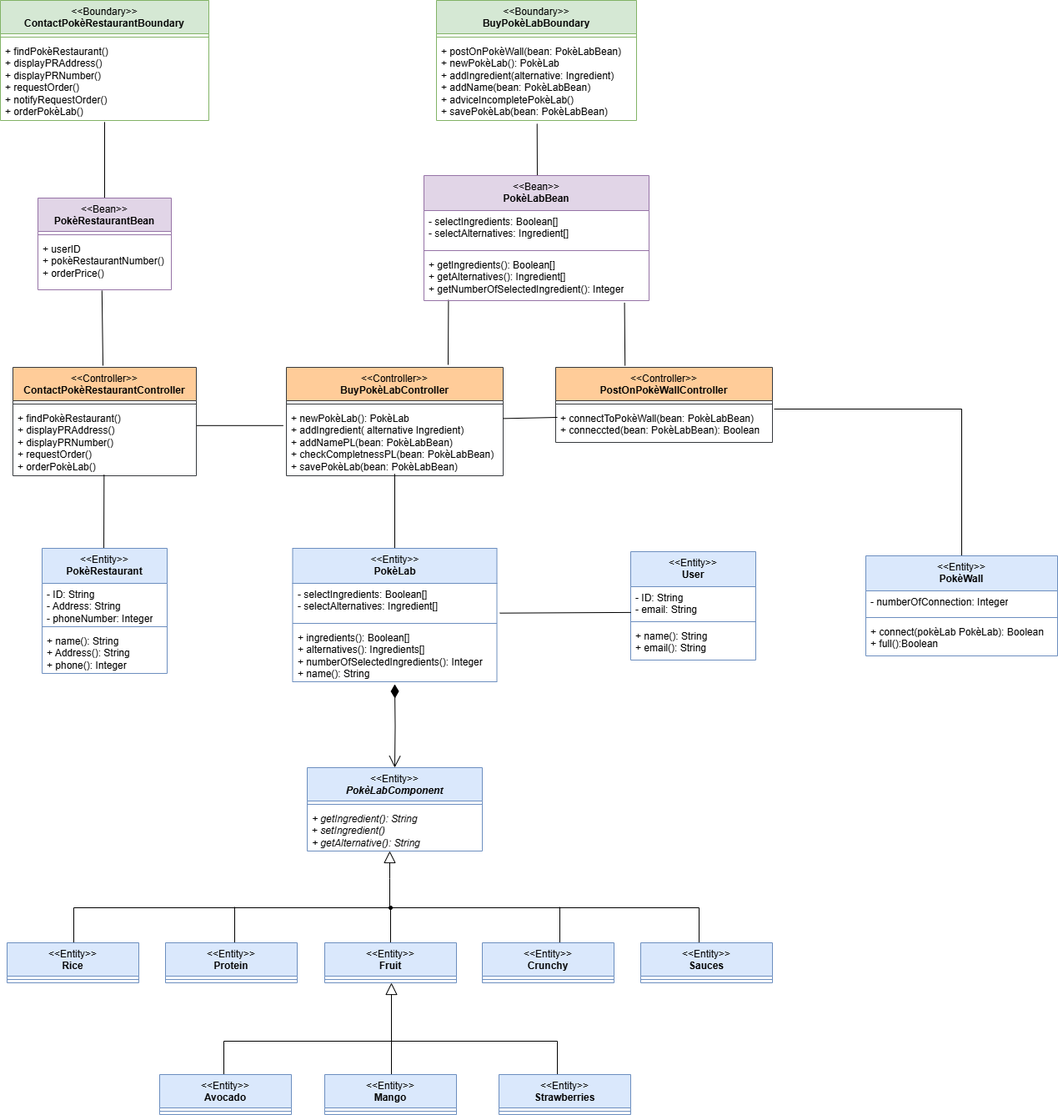
Above: diagrams/BCE.drawio.png in matteopinfildi/ISPW-Project (draw.io), before the change. Source tidied: cells renumbered, new cells last; positions are measured from the earlier drawing's top-left corner, leaving out a move shared by most shapes.
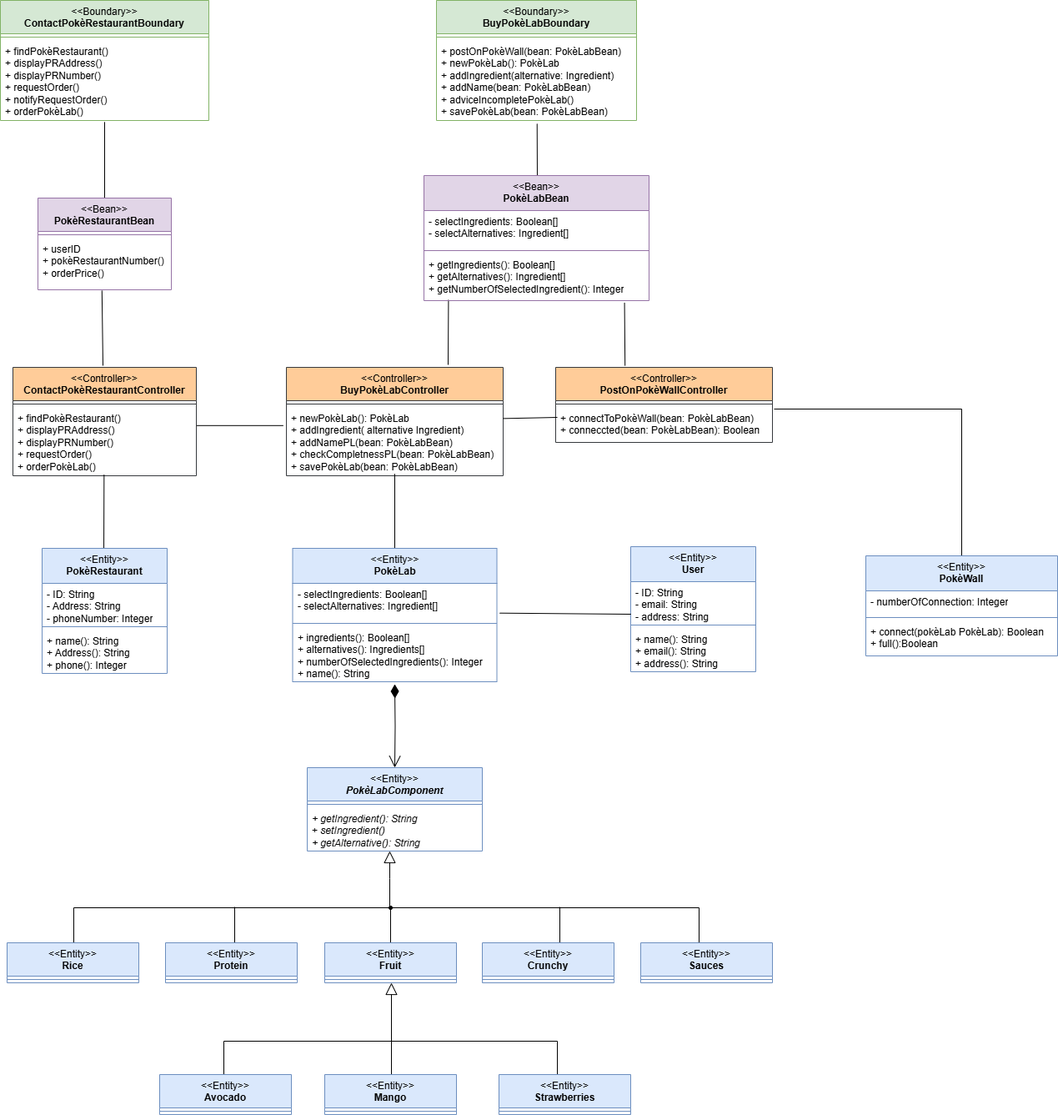
Above is the later version.

Diff of the diagram source:
```diff
@@ -255,16 +255,16 @@
       <mxGeometry y="78" width="230" height="42" as="geometry" />
     </mxCell>
     <mxCell id="70" value="&lt;div&gt;&lt;span style=&quot;font-weight: 400;&quot;&gt;&amp;lt;&amp;lt;Entity&amp;gt;&amp;gt;&lt;/span&gt;&lt;br&gt;&lt;/div&gt;User" style="swimlane;fontStyle=1;align=center;verticalAlign=top;horizontal=1;startSize=42;whiteSpace=wrap;html=1;fillColor=#dae8fc;strokeColor=#6c8ebf;" parent="1" vertex="1">
-      <mxGeometry x="756" y="661" width="150" height="130" as="geometry" />
+      <mxGeometry x="756" y="655" width="150" height="150" as="geometry" />
     </mxCell>
-    <mxCell id="71" value="- ID: String&lt;div&gt;- email: String&lt;/div&gt;" style="text;strokeColor=none;fillColor=none;align=left;verticalAlign=top;spacingLeft=4;spacingRight=4;overflow=hidden;points=[[0,0.5],[1,0.5]];portConstraint=eastwest;whiteSpace=wrap;html=1;" parent="70" vertex="1">
-      <mxGeometry y="42" width="150" height="38" as="geometry" />
+    <mxCell id="71" value="- ID: String&lt;div&gt;- email: String&lt;/div&gt;&lt;div&gt;- address: String&lt;/div&gt;" style="text;strokeColor=none;fillColor=none;align=left;verticalAlign=top;spacingLeft=4;spacingRight=4;overflow=hidden;points=[[0,0.5],[1,0.5]];portConstraint=eastwest;whiteSpace=wrap;html=1;" parent="70" vertex="1">
+      <mxGeometry y="42" width="150" height="48" as="geometry" />
     </mxCell>
     <mxCell id="72" style="line;strokeWidth=1;fillColor=none;align=left;verticalAlign=middle;spacingTop=-1;spacingLeft=3;spacingRight=3;labelPosition=right;strokeColor=inherit;" parent="70" vertex="1">
-      <mxGeometry y="80" width="150" height="8" as="geometry" />
+      <mxGeometry y="90" width="150" height="8" as="geometry" />
     </mxCell>
-    <mxCell id="73" value="+ name(): String&lt;div&gt;+ email(): String&lt;/div&gt;" style="text;strokeColor=none;fillColor=none;align=left;verticalAlign=top;spacingLeft=4;spacingRight=4;overflow=hidden;whiteSpace=wrap;html=1;" parent="70" vertex="1">
-      <mxGeometry y="88" width="150" height="42" as="geometry" />
+    <mxCell id="73" value="+ name(): String&lt;div&gt;+ email(): String&lt;/div&gt;&lt;div&gt;+ address(): String&lt;/div&gt;" style="text;strokeColor=none;fillColor=none;align=left;verticalAlign=top;spacingLeft=4;spacingRight=4;overflow=hidden;whiteSpace=wrap;html=1;" parent="70" vertex="1">
+      <mxGeometry y="98" width="150" height="52" as="geometry" />
     </mxCell>
     <mxCell id="74" style="endArrow=none;html=1;rounded=0;entryX=0.002;entryY=0.813;entryDx=0;entryDy=0;entryPerimeter=0;exitX=1.014;exitY=0.811;exitDx=0;exitDy=0;exitPerimeter=0;" parent="1" edge="1" source="58" target="71">
       <mxGeometry relative="1" as="geometry" />
```
